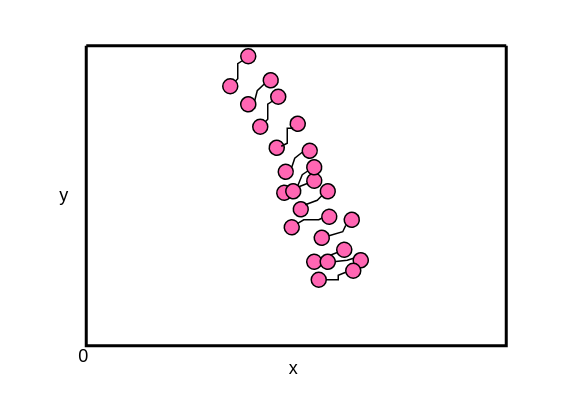
Earlier version of the draw.io diagram 哑铃分布t=0.2.drawio (mauhin/auto). Source tidied: cells renumbered, new cells numbered last; positions are measured from the earlier drawing's top-left corner, leaving out a move shared by most shapes. Both pictures are drawn from the tidied source at 150%, with x=0, y=0 at pixel (40, 45).
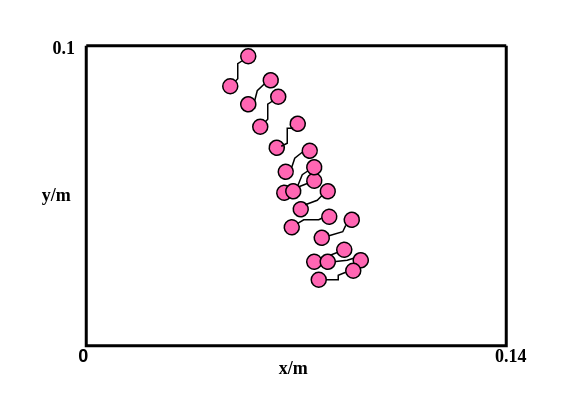
The same page after the edit.

Commit message:
更新哑铃分布t=0.2.drawio

Diff of the diagram source:
```diff
@@
-    <mxCell id="49" value="x" style="text;html=1;align=center;verticalAlign=middle;strokeColor=none;fillColor=none;" parent="1" vertex="1">
-      <mxGeometry x="153" y="200" width="30" height="30" as="geometry" />
+    <mxCell id="49" value="&lt;font face=&quot;Times New Roman&quot;&gt;&lt;b&gt;x/m&lt;/b&gt;&lt;/font&gt;" style="text;html=1;align=center;verticalAlign=middle;strokeColor=none;fillColor=none;" parent="1" vertex="1">
+      <mxGeometry x="148" y="200" width="40" height="30" as="geometry" />
     </mxCell>
-    <mxCell id="50" value="y" style="text;html=1;align=center;verticalAlign=middle;strokeColor=none;fillColor=none;" parent="1" vertex="1">
-      <mxGeometry y="85" width="30" height="30" as="geometry" />
+    <mxCell id="50" value="&lt;font face=&quot;Times New Roman&quot;&gt;&lt;b&gt;y/m&lt;/b&gt;&lt;/font&gt;" style="text;html=1;align=center;verticalAlign=middle;strokeColor=none;fillColor=none;" parent="1" vertex="1">
+      <mxGeometry x="-10" y="85" width="40" height="30" as="geometry" />
     </mxCell>
-    <mxCell id="51" value="0" style="text;html=1;align=center;verticalAlign=middle;strokeColor=none;fillColor=none;" parent="1" vertex="1">
+    <mxCell id="51" value="&lt;b&gt;0&lt;/b&gt;" style="text;html=1;align=center;verticalAlign=middle;strokeColor=none;fillColor=none;" parent="1" vertex="1">
       <mxGeometry x="13" y="192" width="30" height="30" as="geometry" />
     </mxCell>
@@
+    <mxCell id="58" value="&lt;font face=&quot;Times New Roman&quot;&gt;&lt;b&gt;0.1&lt;/b&gt;&lt;/font&gt;" style="text;html=1;align=center;verticalAlign=middle;strokeColor=none;fillColor=none;" parent="1" vertex="1">
+      <mxGeometry x="-5" y="-13" width="40" height="30" as="geometry" />
+    </mxCell>
+    <mxCell id="59" value="&lt;font face=&quot;Times New Roman&quot;&gt;&lt;b&gt;0.14&lt;/b&gt;&lt;/font&gt;" style="text;html=1;align=center;verticalAlign=middle;strokeColor=none;fillColor=none;" parent="1" vertex="1">
+      <mxGeometry x="293" y="192" width="40" height="30" as="geometry" />
+    </mxCell>
```
